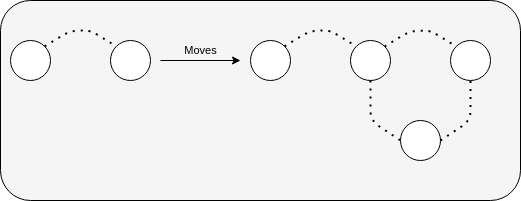
Above: concept/images/2-2.drawio.png in CalvinMT/TrustVaccSim (draw.io), before the change. Source tidied: cells renumbered, new cells last; positions are measured from the earlier drawing's top-left corner, leaving out a move shared by most shapes.
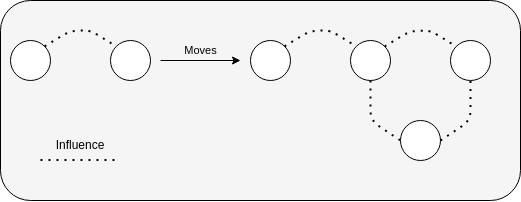
The same file after the commit.

What changed in the source:
```diff
@@ -71,5 +71,14 @@
         </Array>
       </mxGeometry>
     </mxCell>
+    <mxCell id="15" style="endArrow=none;dashed=1;html=1;dashPattern=1 3;strokeWidth=2;" parent="1" edge="1">
+      <mxGeometry relative="1" as="geometry">
+        <mxPoint x="40" y="159.5" as="sourcePoint" />
+        <mxPoint x="120" y="159.5" as="targetPoint" />
+      </mxGeometry>
+    </mxCell>
+    <mxCell id="16" value="Influence" style="text;html=1;strokeColor=none;fillColor=none;align=center;verticalAlign=middle;whiteSpace=wrap;rounded=0;" parent="1" vertex="1">
+      <mxGeometry x="50" y="129.5" width="60" height="30" as="geometry" />
+    </mxCell>
   </root>
 </mxGraphModel>
```
